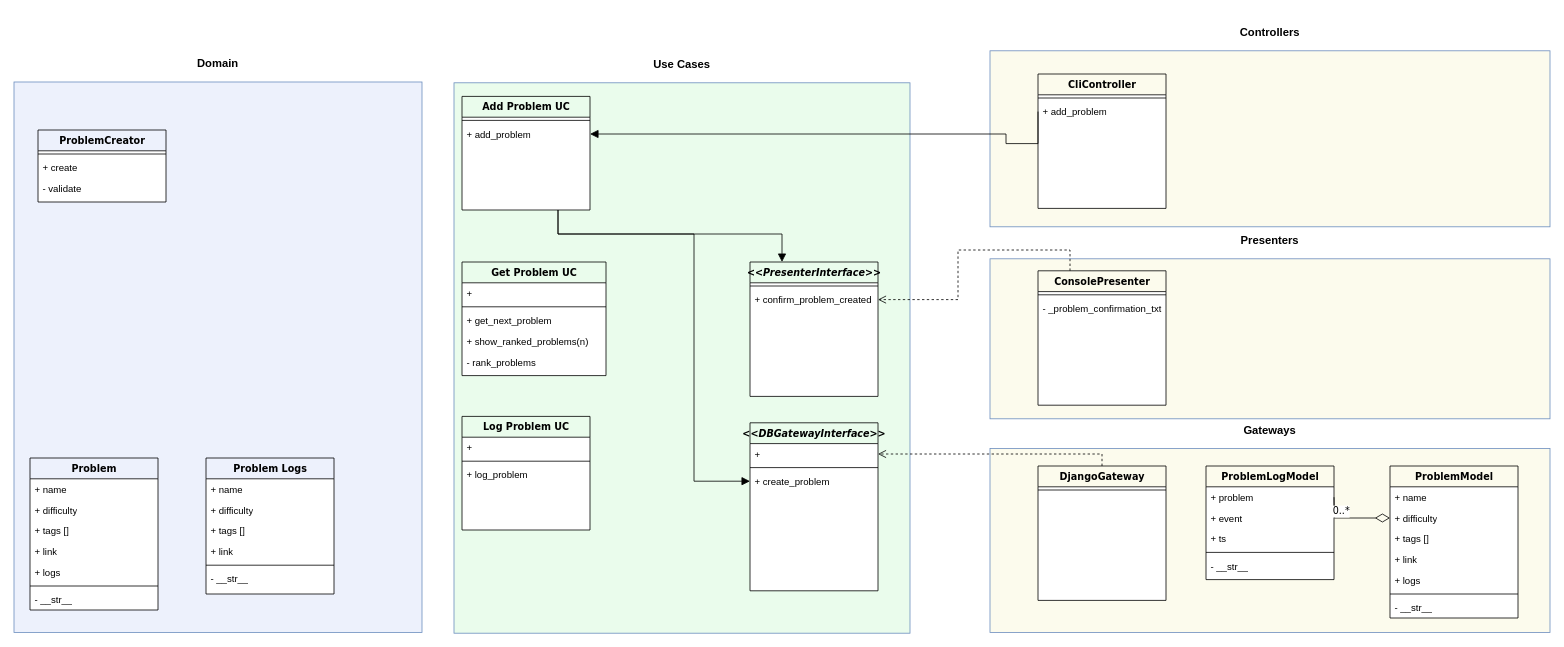
Above: docs/class_diagram.drawio in MBlistein/spaced-repetition (draw.io), before the change. Source tidied: cells renumbered, new cells numbered last; positions are measured from the earlier drawing's top-left corner, leaving out a move shared by most shapes. Both pictures are drawn from the tidied source at 80%, with x=0, y=0 at pixel (14, 50).
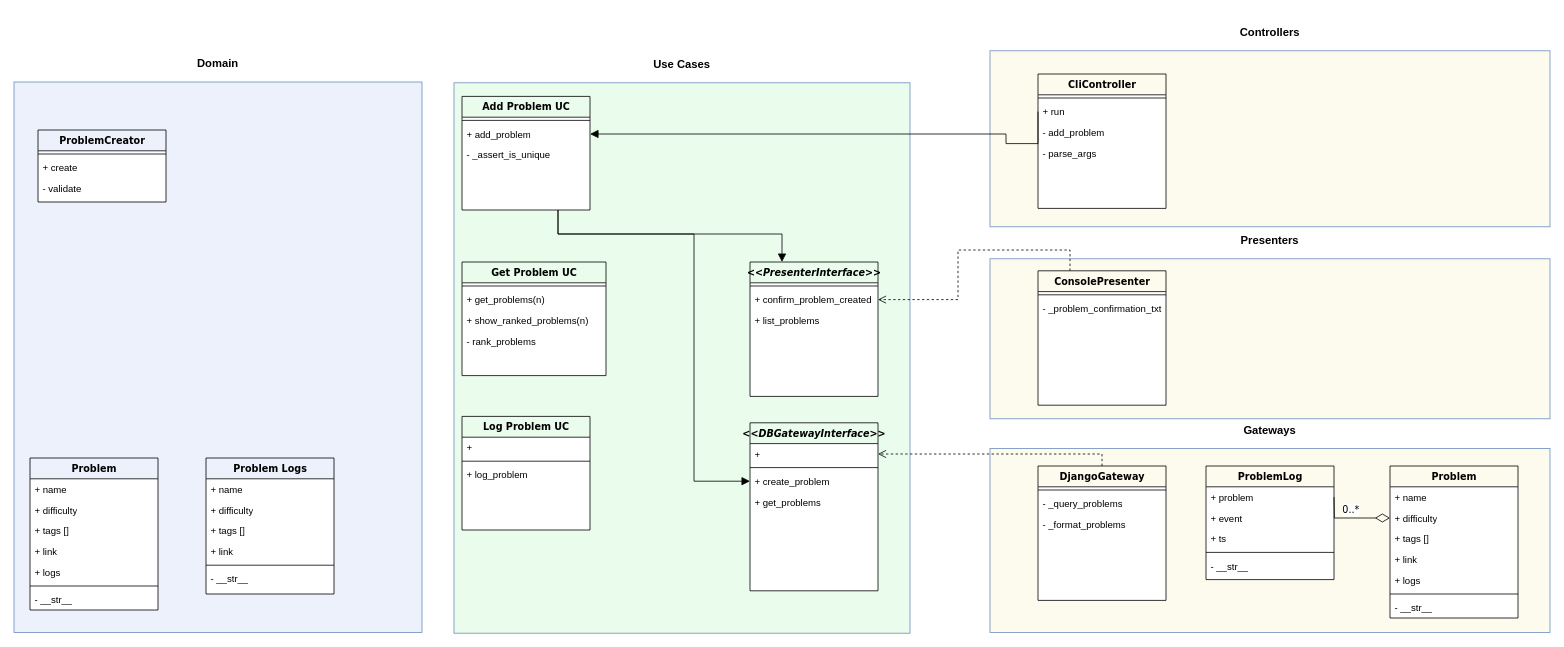
The same diagram, later.

Commit message (it also covers changes not shown here):
Presenter: List all problems

The change refers to these unchanged cells:
```xml
<mxCell id="7" value="Add Problem UC" style="swimlane;html=1;fontStyle=1;align=center;verticalAlign=top;horizontal=1;startSize=26;swimlaneFillColor=#ffffff;rounded=0;shadow=0;comic=0;labelBackgroundColor=none;strokeWidth=1;fillColor=none;fontFamily=Verdana;fontSize=12;" parent="1" vertex="1">
  <mxGeometry x="560" y="57" width="160" height="142" as="geometry" />
</mxCell>
<mxCell id="33" value="DjangoGateway" style="swimlane;html=1;fontStyle=1;align=center;verticalAlign=top;horizontal=1;startSize=26;swimlaneFillColor=#ffffff;rounded=0;shadow=0;comic=0;labelBackgroundColor=none;strokeWidth=1;fillColor=none;fontFamily=Verdana;fontSize=12;" parent="1" vertex="1">
  <mxGeometry x="1280" y="519" width="160" height="168" as="geometry" />
</mxCell>
<mxCell id="36" value="&lt;i&gt;&amp;lt;&amp;lt;PresenterInterface&amp;gt;&amp;gt;&lt;/i&gt;" style="swimlane;html=1;fontStyle=1;align=center;verticalAlign=top;horizontal=1;startSize=26;swimlaneFillColor=#ffffff;rounded=0;shadow=0;comic=0;labelBackgroundColor=none;strokeWidth=1;fillColor=none;fontFamily=Verdana;fontSize=12;" parent="1" vertex="1">
  <mxGeometry x="920" y="264" width="160" height="168" as="geometry" />
</mxCell>
<mxCell id="39" value="&lt;i&gt;&amp;lt;&amp;lt;DBGatewayInterface&amp;gt;&amp;gt;&lt;/i&gt;" style="swimlane;html=1;fontStyle=1;align=center;verticalAlign=top;horizontal=1;startSize=26;swimlaneFillColor=#ffffff;rounded=0;shadow=0;comic=0;labelBackgroundColor=none;strokeWidth=1;fillColor=none;fontFamily=Verdana;fontSize=12;" parent="1" vertex="1">
  <mxGeometry x="920" y="465" width="160" height="210" as="geometry" />
</mxCell>
<mxCell id="43" value="Get Problem UC" style="swimlane;html=1;fontStyle=1;align=center;verticalAlign=top;horizontal=1;startSize=26;swimlaneFillColor=#ffffff;rounded=0;shadow=0;comic=0;labelBackgroundColor=none;strokeWidth=1;fillColor=none;fontFamily=Verdana;fontSize=12;" parent="1" vertex="1">
  <mxGeometry x="560" y="264" width="180" height="142" as="geometry" />
</mxCell>
<mxCell id="63" style="edgeStyle=orthogonalEdgeStyle;rounded=0;html=1;labelBackgroundColor=none;startArrow=none;startFill=0;startSize=8;endArrow=diamondThin;endFill=0;endSize=16;fontFamily=Verdana;fontSize=12;exitX=1;exitY=0.5;exitDx=0;exitDy=0;" parent="1" edge="1" target="51">
  <mxGeometry relative="1" as="geometry">
    <mxPoint x="1650" y="558" as="sourcePoint" />
  </mxGeometry>
</mxCell>
<mxCell id="71" value="CliController" style="swimlane;html=1;fontStyle=1;align=center;verticalAlign=top;horizontal=1;startSize=26;swimlaneFillColor=#ffffff;rounded=0;shadow=0;comic=0;labelBackgroundColor=none;strokeWidth=1;fillColor=none;fontFamily=Verdana;fontSize=12;" parent="1" vertex="1">
  <mxGeometry x="1280" y="29" width="160" height="168" as="geometry" />
</mxCell>
```

Change to the diagram source:
```diff
@@
+    <mxCell id="75" value="- _assert_is_unique" style="text;html=1;strokeColor=none;fillColor=none;align=left;verticalAlign=top;spacingLeft=4;spacingRight=4;whiteSpace=wrap;overflow=hidden;" parent="7" vertex="1">
+      <mxGeometry y="60" width="160" height="26" as="geometry" />
+    </mxCell>
@@
+    <mxCell id="76" value="- _query_problems" style="text;html=1;strokeColor=none;fillColor=none;align=left;verticalAlign=top;spacingLeft=4;spacingRight=4;whiteSpace=wrap;overflow=hidden;" parent="33" vertex="1">
+      <mxGeometry y="34" width="160" height="26" as="geometry" />
+    </mxCell>
+    <mxCell id="77" value="- _format_problems" style="text;html=1;strokeColor=none;fillColor=none;align=left;verticalAlign=top;spacingLeft=4;spacingRight=4;whiteSpace=wrap;overflow=hidden;" parent="33" vertex="1">
+      <mxGeometry y="60" width="160" height="26" as="geometry" />
+    </mxCell>
@@
+    <mxCell id="78" value="+ list_problems" style="text;html=1;strokeColor=none;fillColor=none;align=left;verticalAlign=top;spacingLeft=4;spacingRight=4;whiteSpace=wrap;overflow=hidden;" parent="36" vertex="1">
+      <mxGeometry y="60" width="160" height="26" as="geometry" />
+    </mxCell>
@@
+    <mxCell id="79" value="+ get_problems" style="text;html=1;strokeColor=none;fillColor=none;align=left;verticalAlign=top;spacingLeft=4;spacingRight=4;whiteSpace=wrap;overflow=hidden;" parent="39" vertex="1">
+      <mxGeometry y="86" width="160" height="26" as="geometry" />
+    </mxCell>
@@
-    <mxCell id="44" value="+" style="text;html=1;strokeColor=none;fillColor=none;align=left;verticalAlign=top;spacingLeft=4;spacingRight=4;whiteSpace=wrap;overflow=hidden;" parent="43" vertex="1">
-      <mxGeometry y="26" width="180" height="26" as="geometry" />
-    </mxCell>
     <mxCell id="45" style="line;html=1;strokeWidth=1;fillColor=none;align=left;verticalAlign=middle;spacingTop=-1;spacingLeft=3;spacingRight=3;labelPosition=right;" parent="43" vertex="1">
-      <mxGeometry y="52" width="180" height="8" as="geometry" />
+      <mxGeometry y="26" width="180" height="8" as="geometry" />
     </mxCell>
-    <mxCell id="46" value="+ get_next_problem" style="text;html=1;strokeColor=none;fillColor=none;align=left;verticalAlign=top;spacingLeft=4;spacingRight=4;whiteSpace=wrap;overflow=hidden;" parent="43" vertex="1">
-      <mxGeometry y="60" width="180" height="26" as="geometry" />
+    <mxCell id="46" value="+ get_problems(n)" style="text;html=1;strokeColor=none;fillColor=none;align=left;verticalAlign=top;spacingLeft=4;spacingRight=4;whiteSpace=wrap;overflow=hidden;" parent="43" vertex="1">
+      <mxGeometry y="34" width="180" height="26" as="geometry" />
     </mxCell>
     <mxCell id="47" value="+ show_ranked_problems(n)" style="text;html=1;strokeColor=none;fillColor=none;align=left;verticalAlign=top;spacingLeft=4;spacingRight=4;whiteSpace=wrap;overflow=hidden;" parent="43" vertex="1">
-      <mxGeometry y="86" width="180" height="26" as="geometry" />
+      <mxGeometry y="60" width="180" height="26" as="geometry" />
     </mxCell>
     <mxCell id="48" value="- rank_problems" style="text;html=1;strokeColor=none;fillColor=none;align=left;verticalAlign=top;spacingLeft=4;spacingRight=4;whiteSpace=wrap;overflow=hidden;" parent="43" vertex="1">
-      <mxGeometry y="112" width="180" height="26" as="geometry" />
+      <mxGeometry y="86" width="180" height="26" as="geometry" />
     </mxCell>
-    <mxCell id="49" value="ProblemModel" style="swimlane;html=1;fontStyle=1;align=center;verticalAlign=top;horizontal=1;startSize=26;swimlaneFillColor=#ffffff;rounded=0;shadow=0;comic=0;labelBackgroundColor=none;strokeWidth=1;fillColor=none;fontFamily=Verdana;fontSize=12;" parent="1" vertex="1">
+    <mxCell id="49" value="Problem" style="swimlane;html=1;fontStyle=1;align=center;verticalAlign=top;horizontal=1;startSize=26;swimlaneFillColor=#ffffff;rounded=0;shadow=0;comic=0;labelBackgroundColor=none;strokeWidth=1;fillColor=none;fontFamily=Verdana;fontSize=12;" parent="1" vertex="1">
       <mxGeometry x="1720" y="519" width="160" height="190" as="geometry" />
     </mxCell>
@@
-    <mxCell id="57" value="ProblemLogModel" style="swimlane;html=1;fontStyle=1;align=center;verticalAlign=top;horizontal=1;startSize=26;swimlaneFillColor=#ffffff;rounded=0;shadow=0;comic=0;labelBackgroundColor=none;strokeWidth=1;fillColor=none;fontFamily=Verdana;fontSize=12;" parent="1" vertex="1">
+    <mxCell id="57" value="ProblemLog" style="swimlane;html=1;fontStyle=1;align=center;verticalAlign=top;horizontal=1;startSize=26;swimlaneFillColor=#ffffff;rounded=0;shadow=0;comic=0;labelBackgroundColor=none;strokeWidth=1;fillColor=none;fontFamily=Verdana;fontSize=12;" parent="1" vertex="1">
       <mxGeometry x="1490" y="519" width="160" height="142" as="geometry" />
     </mxCell>
@@
     <mxCell id="64" value="0..*" style="text;html=1;align=center;verticalAlign=middle;labelBackgroundColor=#ffffff;fontSize=12;fontFamily=Verdana;" parent="63" vertex="1">
       <mxGeometry x="-0.85" y="-1" relative="1" as="geometry">
-        <mxPoint x="9" y="10.6" as="offset" />
+        <mxPoint x="21" y="8.7" as="offset" />
       </mxGeometry>
     </mxCell>
@@
-    <mxCell id="73" value="+ add_problem" style="text;html=1;strokeColor=none;fillColor=none;align=left;verticalAlign=top;spacingLeft=4;spacingRight=4;whiteSpace=wrap;overflow=hidden;points=[[0,0.5],[1,0.5]];portConstraint=eastwest;" parent="71" vertex="1">
+    <mxCell id="73" value="+ run" style="text;html=1;strokeColor=none;fillColor=none;align=left;verticalAlign=top;spacingLeft=4;spacingRight=4;whiteSpace=wrap;overflow=hidden;points=[[0,0.5],[1,0.5]];portConstraint=eastwest;" parent="71" vertex="1">
       <mxGeometry y="34" width="160" height="26" as="geometry" />
     </mxCell>
+    <mxCell id="80" value="- add_problem" style="text;html=1;strokeColor=none;fillColor=none;align=left;verticalAlign=top;spacingLeft=4;spacingRight=4;whiteSpace=wrap;overflow=hidden;" parent="71" vertex="1">
+      <mxGeometry y="60" width="160" height="26" as="geometry" />
+    </mxCell>
+    <mxCell id="81" value="- parse_args" style="text;html=1;strokeColor=none;fillColor=none;align=left;verticalAlign=top;spacingLeft=4;spacingRight=4;whiteSpace=wrap;overflow=hidden;" parent="71" vertex="1">
+      <mxGeometry y="86" width="160" height="26" as="geometry" />
+    </mxCell>
```
